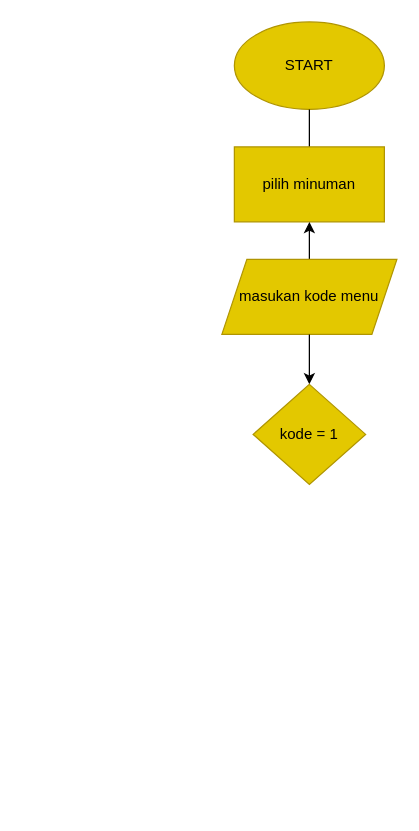
Above: flowchart.drawio in Bimasadewa26/Bima_Sadewa-Order_Minuman_Online (draw.io), before the change. Source tidied: cells renumbered, new cells numbered last; positions are measured from the earlier drawing's top-left corner, leaving out a move shared by most shapes. Both pictures are drawn from the tidied source at 125%, with x=0, y=0 at pixel (221, 21).
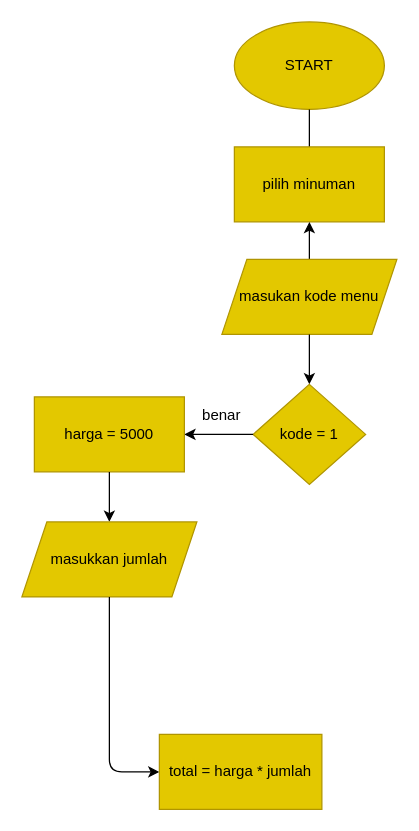
The same diagram, later.

Commit message:
pengkondisian jika jawaban benar

What changed in the source:
```diff
@@
+    <mxCell id="9" value="benar" style="text;html=1;strokeColor=none;fillColor=none;align=center;verticalAlign=middle;whiteSpace=wrap;rounded=0;" parent="1" vertex="1">
+      <mxGeometry x="-30" y="300" width="60" height="30" as="geometry" />
+    </mxCell>
+    <mxCell id="10" style="endArrow=classic;html=1;exitX=0;exitY=0.5;exitDx=0;exitDy=0;" parent="1" edge="1">
+      <mxGeometry relative="1" as="geometry">
+        <mxPoint x="25" y="330" as="sourcePoint" />
+        <mxPoint x="-30" y="330" as="targetPoint" />
+      </mxGeometry>
+    </mxCell>
+    <mxCell id="11" value="harga = 5000" style="rounded=0;whiteSpace=wrap;html=1;fillColor=#e3c800;fontColor=#000000;strokeColor=#B09500;" parent="1" vertex="1">
+      <mxGeometry x="-150" y="300" width="120" height="60" as="geometry" />
+    </mxCell>
+    <mxCell id="12" style="endArrow=classic;html=1;exitX=0.5;exitY=1;exitDx=0;exitDy=0;entryX=0.5;entryY=0;entryDx=0;entryDy=0;" parent="1" edge="1">
+      <mxGeometry relative="1" as="geometry">
+        <mxPoint x="-90" y="360" as="sourcePoint" />
+        <mxPoint x="-90" y="400" as="targetPoint" />
+      </mxGeometry>
+    </mxCell>
+    <mxCell id="13" value="masukkan jumlah" style="shape=parallelogram;perimeter=parallelogramPerimeter;whiteSpace=wrap;html=1;fixedSize=1;fillColor=#e3c800;fontColor=#000000;strokeColor=#B09500;align=center;" parent="1" vertex="1">
+      <mxGeometry x="-160" y="400" width="140" height="60" as="geometry" />
+    </mxCell>
+    <mxCell id="14" style="endArrow=classic;html=1;exitX=0.5;exitY=1;exitDx=0;exitDy=0;entryX=0;entryY=0.5;entryDx=0;entryDy=0;" parent="1" edge="1">
+      <mxGeometry relative="1" as="geometry">
+        <mxPoint x="-90" y="460" as="sourcePoint" />
+        <mxPoint x="-50" y="600" as="targetPoint" />
+        <Array as="points">
+          <mxPoint x="-90" y="600" />
+        </Array>
+      </mxGeometry>
+    </mxCell>
+    <mxCell id="15" value="total = harga * jumlah" style="rounded=0;whiteSpace=wrap;html=1;fillColor=#e3c800;fontColor=#000000;strokeColor=#B09500;" parent="1" vertex="1">
+      <mxGeometry x="-50" y="570" width="130" height="60" as="geometry" />
+    </mxCell>
```
